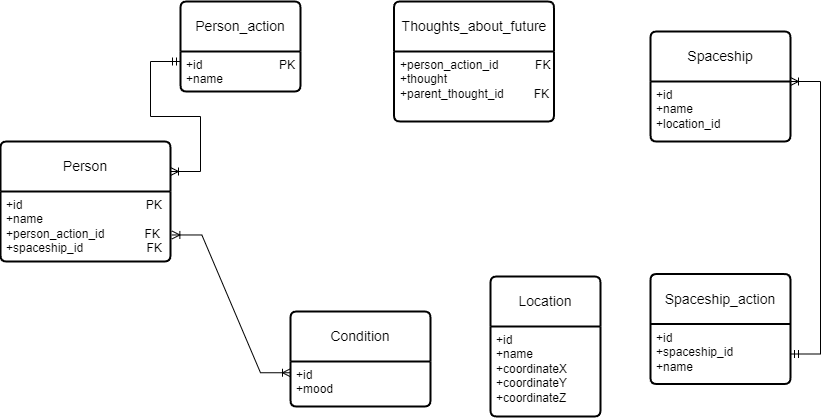
Earlier version of the draw.io export DataBases/lab1/InfologicDiagram.drawio.png (EgorovaVarvara/ITMO). Source tidied: cells renumbered, new cells last; positions are measured from the earlier drawing's top-left corner, leaving out a move shared by most shapes.
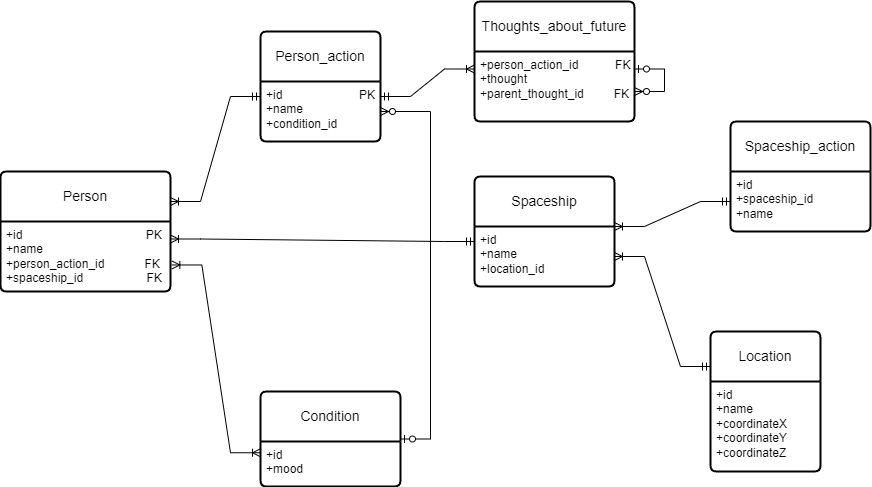
Above is the later version.

Diff of the diagram source:
```diff
@@ -3,7 +3,7 @@
     <mxCell id="0" />
     <mxCell id="1" parent="0" />
     <mxCell id="2" value="Person" style="swimlane;horizontal=1;startSize=50;rounded=1;fontSize=14;fontStyle=0;strokeWidth=2;shadow=0;dashed=0;align=center;arcSize=4;whiteSpace=wrap;html=1;" parent="1" vertex="1">
-      <mxGeometry y="140" width="170" height="120" as="geometry" />
+      <mxGeometry x="-80" y="140" width="170" height="120" as="geometry" />
     </mxCell>
     <mxCell id="3" value="+id&amp;nbsp; &amp;nbsp; &amp;nbsp; &amp;nbsp; &amp;nbsp; &amp;nbsp; &amp;nbsp; &amp;nbsp; &amp;nbsp; &amp;nbsp; &amp;nbsp; &amp;nbsp; &amp;nbsp; &amp;nbsp; &amp;nbsp; &amp;nbsp; &amp;nbsp; &amp;nbsp; &amp;nbsp;PK&lt;br&gt;+name&lt;br&gt;+person_action_id&amp;nbsp; &amp;nbsp; &amp;nbsp; &amp;nbsp; &amp;nbsp; &amp;nbsp; FK&lt;br&gt;+spaceship_id&amp;nbsp; &amp;nbsp; &amp;nbsp; &amp;nbsp; &amp;nbsp; &amp;nbsp; &amp;nbsp; &amp;nbsp; &amp;nbsp; &amp;nbsp;FK" style="align=left;strokeColor=none;fillColor=none;spacingLeft=4;fontSize=12;verticalAlign=top;html=1;" parent="2" vertex="1">
       <mxGeometry y="50" width="170" height="70" as="geometry" />
@@ -12,31 +12,31 @@
       <mxGeometry relative="1" as="geometry" />
     </mxCell>
     <mxCell id="5" value="Person_action" style="swimlane;horizontal=1;startSize=50;rounded=1;fontSize=14;fontStyle=0;strokeWidth=2;shadow=0;dashed=0;align=center;arcSize=4;whiteSpace=wrap;html=1;" parent="1" vertex="1">
-      <mxGeometry x="180" width="120" height="90" as="geometry" />
+      <mxGeometry x="180" width="120" height="110" as="geometry" />
     </mxCell>
-    <mxCell id="6" value="+id&amp;nbsp; &amp;nbsp; &amp;nbsp; &amp;nbsp; &amp;nbsp; &amp;nbsp; &amp;nbsp; &amp;nbsp; &amp;nbsp; &amp;nbsp; &amp;nbsp; &amp;nbsp;PK&lt;br&gt;+name" style="align=left;strokeColor=none;fillColor=none;spacingLeft=4;fontSize=12;verticalAlign=top;html=1;" parent="5" vertex="1">
-      <mxGeometry y="50" width="120" height="40" as="geometry" />
+    <mxCell id="6" value="+id&amp;nbsp; &amp;nbsp; &amp;nbsp; &amp;nbsp; &amp;nbsp; &amp;nbsp; &amp;nbsp; &amp;nbsp; &amp;nbsp; &amp;nbsp; &amp;nbsp; &amp;nbsp;PK&lt;br&gt;+name&lt;br&gt;+condition_id" style="align=left;strokeColor=none;fillColor=none;spacingLeft=4;fontSize=12;verticalAlign=top;html=1;" parent="5" vertex="1">
+      <mxGeometry y="50" width="120" height="60" as="geometry" />
     </mxCell>
     <mxCell id="7" value="Condition" style="swimlane;horizontal=1;startSize=50;rounded=1;fontSize=14;fontStyle=0;strokeWidth=2;shadow=0;dashed=0;align=center;arcSize=4;whiteSpace=wrap;html=1;" parent="1" vertex="1">
-      <mxGeometry x="290" y="310" width="140" height="95" as="geometry" />
+      <mxGeometry x="180" y="360" width="140" height="95" as="geometry" />
     </mxCell>
     <mxCell id="8" value="+id&lt;br&gt;+mood" style="align=left;strokeColor=none;fillColor=none;spacingLeft=4;fontSize=12;verticalAlign=top;html=1;" parent="7" vertex="1">
       <mxGeometry y="50" width="140" height="45" as="geometry" />
     </mxCell>
     <mxCell id="9" value="Location" style="swimlane;horizontal=1;startSize=50;rounded=1;fontSize=14;fontStyle=0;strokeWidth=2;shadow=0;dashed=0;align=center;arcSize=4;whiteSpace=wrap;html=1;" parent="1" vertex="1">
-      <mxGeometry x="490" y="275" width="110" height="140" as="geometry" />
+      <mxGeometry x="630" y="300" width="110" height="140" as="geometry" />
     </mxCell>
     <mxCell id="10" value="+id&lt;br&gt;+name&lt;br&gt;+coordinateX&lt;br&gt;+coordinateY&lt;br&gt;+coordinateZ" style="align=left;strokeColor=none;fillColor=none;spacingLeft=4;fontSize=12;verticalAlign=top;html=1;" parent="9" vertex="1">
       <mxGeometry y="50" width="110" height="90" as="geometry" />
     </mxCell>
     <mxCell id="11" value="Spaceship" style="swimlane;horizontal=1;startSize=50;rounded=1;fontSize=14;fontStyle=0;strokeWidth=2;shadow=0;dashed=0;align=center;arcSize=4;whiteSpace=wrap;html=1;" parent="1" vertex="1">
-      <mxGeometry x="650" y="30" width="140" height="110" as="geometry" />
+      <mxGeometry x="394" y="145" width="140" height="110" as="geometry" />
     </mxCell>
     <mxCell id="12" value="+id&lt;br&gt;+name&lt;br&gt;+location_id" style="align=left;strokeColor=none;fillColor=none;spacingLeft=4;fontSize=12;verticalAlign=top;html=1;" parent="11" vertex="1">
       <mxGeometry y="50" width="140" height="60" as="geometry" />
     </mxCell>
     <mxCell id="13" value="Spaceship_action" style="swimlane;horizontal=1;startSize=50;rounded=1;fontSize=14;fontStyle=0;strokeWidth=2;shadow=0;dashed=0;align=center;arcSize=4;whiteSpace=wrap;html=1;" parent="1" vertex="1">
-      <mxGeometry x="650" y="272.5" width="140" height="110" as="geometry" />
+      <mxGeometry x="650" y="90" width="140" height="110" as="geometry" />
     </mxCell>
     <mxCell id="14" value="+id&lt;br&gt;+spaceship_id&lt;br&gt;+name" style="align=left;strokeColor=none;fillColor=none;spacingLeft=4;fontSize=12;verticalAlign=top;html=1;" parent="13" vertex="1">
       <mxGeometry y="50" width="140" height="60" as="geometry" />
@@ -58,7 +58,7 @@
         </Array>
       </mxGeometry>
     </mxCell>
-    <mxCell id="18" style="edgeStyle=entityRelationEdgeStyle;fontSize=12;html=1;endArrow=ERoneToMany;startArrow=ERmandOne;rounded=0;entryX=1;entryY=0;entryDx=0;entryDy=0;exitX=1;exitY=0.5;exitDx=0;exitDy=0;" parent="1" edge="1" source="14" target="12">
+    <mxCell id="18" style="edgeStyle=entityRelationEdgeStyle;fontSize=12;html=1;endArrow=ERoneToMany;startArrow=ERmandOne;rounded=0;entryX=1;entryY=0;entryDx=0;entryDy=0;exitX=0;exitY=0.5;exitDx=0;exitDy=0;" parent="1" edge="1" source="14" target="12">
       <mxGeometry relative="1" as="geometry">
         <Array as="points">
           <mxPoint x="798.4" y="219.1" />
@@ -68,10 +68,25 @@
       </mxGeometry>
     </mxCell>
     <mxCell id="19" value="Thoughts_about_future" style="swimlane;horizontal=1;startSize=50;rounded=1;fontSize=14;fontStyle=0;strokeWidth=2;shadow=0;dashed=0;align=center;arcSize=4;whiteSpace=wrap;html=1;" parent="1" vertex="1">
-      <mxGeometry x="393.5" width="160" height="120" as="geometry" />
+      <mxGeometry x="394" y="-30" width="160" height="120" as="geometry" />
     </mxCell>
     <mxCell id="20" value="+person_action_id&amp;nbsp; &amp;nbsp; &amp;nbsp; &amp;nbsp; &amp;nbsp; &amp;nbsp;FK&lt;br&gt;+thought&lt;br&gt;+parent_thought_id&amp;nbsp; &amp;nbsp; &amp;nbsp; &amp;nbsp; &amp;nbsp;FK" style="align=left;strokeColor=none;fillColor=none;spacingLeft=4;fontSize=12;verticalAlign=top;html=1;" parent="19" vertex="1">
       <mxGeometry y="50" width="160" height="70" as="geometry" />
     </mxCell>
+    <mxCell id="21" style="edgeStyle=entityRelationEdgeStyle;fontSize=12;html=1;endArrow=ERzeroToMany;startArrow=ERzeroToOne;rounded=0;exitX=1;exitY=0.25;exitDx=0;exitDy=0;entryX=1;entryY=0.75;entryDx=0;entryDy=0;" parent="19" edge="1" source="20" target="19">
+      <mxGeometry relative="1" as="geometry" />
+    </mxCell>
+    <mxCell id="22" style="edgeStyle=entityRelationEdgeStyle;fontSize=12;html=1;endArrow=ERoneToMany;startArrow=ERmandOne;rounded=0;entryX=0;entryY=0.25;entryDx=0;entryDy=0;exitX=1;exitY=0.25;exitDx=0;exitDy=0;" parent="1" edge="1" source="6" target="20">
+      <mxGeometry relative="1" as="geometry" />
+    </mxCell>
+    <mxCell id="23" style="edgeStyle=entityRelationEdgeStyle;fontSize=12;html=1;endArrow=ERoneToMany;startArrow=ERmandOne;rounded=0;exitX=0;exitY=0.25;exitDx=0;exitDy=0;entryX=1;entryY=0.25;entryDx=0;entryDy=0;" parent="1" edge="1" source="12" target="3">
+      <mxGeometry relative="1" as="geometry" />
+    </mxCell>
+    <mxCell id="24" style="edgeStyle=entityRelationEdgeStyle;fontSize=12;html=1;endArrow=ERzeroToMany;startArrow=ERzeroToOne;rounded=0;entryX=1;entryY=0.5;entryDx=0;entryDy=0;" parent="1" edge="1" source="7" target="6">
+      <mxGeometry relative="1" as="geometry" />
+    </mxCell>
+    <mxCell id="25" style="edgeStyle=entityRelationEdgeStyle;fontSize=12;html=1;endArrow=ERoneToMany;startArrow=ERmandOne;rounded=0;entryX=1;entryY=0.5;entryDx=0;entryDy=0;exitX=0;exitY=0.25;exitDx=0;exitDy=0;" parent="1" edge="1" source="9" target="12">
+      <mxGeometry relative="1" as="geometry" />
+    </mxCell>
   </root>
 </mxGraphModel>
```
